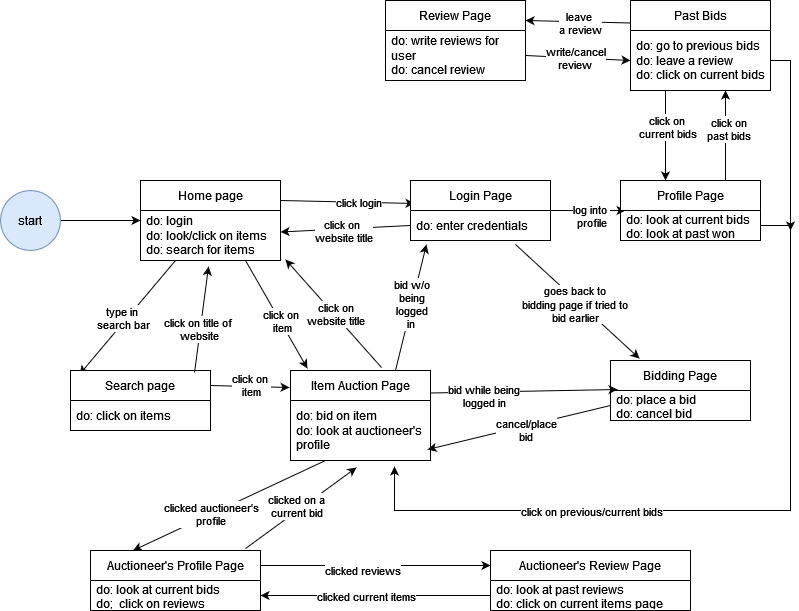
This is Design Document/PNGs and DRAWIO files/State Machine Diagram for Users.drawio.png from Jasiara/Spartan-Auction, a draw.io export, as it was before one commit. Source tidied: cells renumbered, new cells last; positions are measured from the earlier drawing's top-left corner, leaving out a move shared by most shapes.
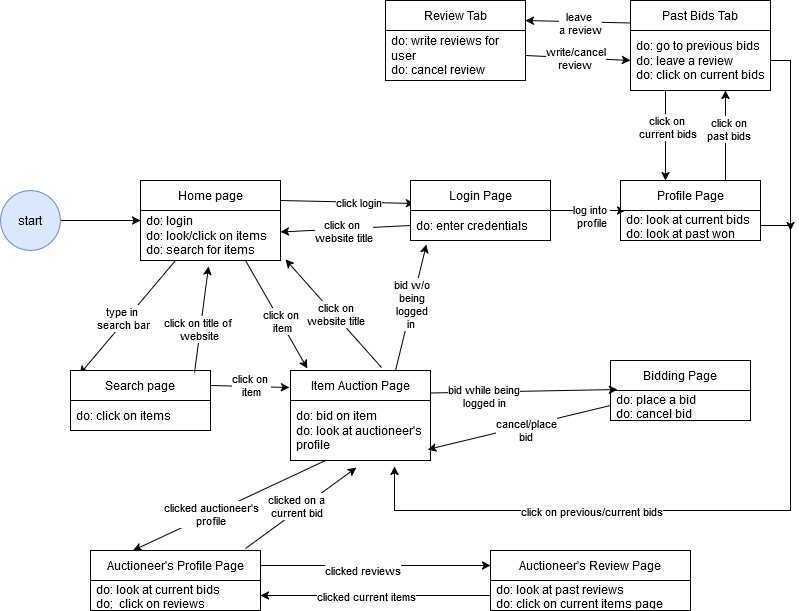
After the commit.

Change to the diagram source:
```diff
@@ -53,12 +53,6 @@
     <mxCell id="18" value="&lt;div&gt;log into&amp;nbsp;&lt;/div&gt;&lt;div&gt;profile&lt;/div&gt;" style="edgeLabel;html=1;align=center;verticalAlign=middle;" parent="17" vertex="1">
       <mxGeometry x="0.07" y="-5" relative="1" as="geometry" />
     </mxCell>
-    <mxCell id="19" style="edgeStyle=none;rounded=0;jettySize=auto;html=1;exitX=0.75;exitY=1.133;exitDx=0;exitDy=0;entryX=0.207;entryY=-0.033;entryDx=0;entryDy=0;entryPerimeter=0;exitPerimeter=0;" parent="1" edge="1" source="22" target="23">
-      <mxGeometry relative="1" as="geometry" />
-    </mxCell>
-    <mxCell id="20" value="&lt;div&gt;goes back to&amp;nbsp;&lt;/div&gt;&lt;div&gt;bidding page if tried to&amp;nbsp;&lt;/div&gt;&lt;div&gt;bid earlier&amp;nbsp; &lt;/div&gt;" style="edgeLabel;html=1;align=center;verticalAlign=middle;" parent="19" vertex="1">
-      <mxGeometry x="0.01" y="-3" relative="1" as="geometry" />
-    </mxCell>
     <mxCell id="21" value="Login Page" style="swimlane;fontStyle=0;horizontal=1;startSize=30;whiteSpace=wrap;html=1;" parent="1" vertex="1">
       <mxGeometry x="410" y="180" width="140" height="60" as="geometry" />
     </mxCell>
@@ -115,7 +109,7 @@
     <mxCell id="36" value="&lt;div&gt;do: look at current bids&lt;/div&gt;&lt;div&gt;do: look at past won bids&lt;br&gt;&lt;/div&gt;" style="text;strokeColor=none;fillColor=none;align=left;verticalAlign=middle;spacingLeft=4;spacingRight=4;overflow=hidden;points=[[0,0.5],[1,0.5]];portConstraint=eastwest;whiteSpace=wrap;html=1;" parent="35" vertex="1">
       <mxGeometry y="30" width="140" height="30" as="geometry" />
     </mxCell>
-    <mxCell id="37" value="Review Page" style="swimlane;fontStyle=0;horizontal=1;startSize=30;whiteSpace=wrap;html=1;" parent="1" vertex="1">
+    <mxCell id="37" value="Review Tab" style="swimlane;fontStyle=0;horizontal=1;startSize=30;whiteSpace=wrap;html=1;" parent="1" vertex="1">
       <mxGeometry x="385" width="140" height="80" as="geometry" />
     </mxCell>
     <mxCell id="38" value="&lt;div&gt;do: write reviews for user&lt;/div&gt;&lt;div&gt;do: cancel review &lt;br&gt;&lt;/div&gt;" style="text;strokeColor=none;fillColor=none;align=left;verticalAlign=middle;spacingLeft=4;spacingRight=4;overflow=hidden;points=[[0,0.5],[1,0.5]];portConstraint=eastwest;whiteSpace=wrap;html=1;" parent="37" vertex="1">
@@ -129,7 +123,7 @@
         <mxPoint x="23" as="offset" />
       </mxGeometry>
     </mxCell>
-    <mxCell id="41" value="Past Bids" style="swimlane;fontStyle=0;horizontal=1;startSize=30;whiteSpace=wrap;html=1;" parent="1" vertex="1">
+    <mxCell id="41" value="Past Bids Tab" style="swimlane;fontStyle=0;horizontal=1;startSize=30;whiteSpace=wrap;html=1;" parent="1" vertex="1">
       <mxGeometry x="630" width="140" height="90" as="geometry" />
     </mxCell>
     <mxCell id="42" style="edgeStyle=none;rounded=0;jettySize=auto;html=1;exitX=1;exitY=0.5;exitDx=0;exitDy=0;" parent="41" edge="1" source="43">
```
